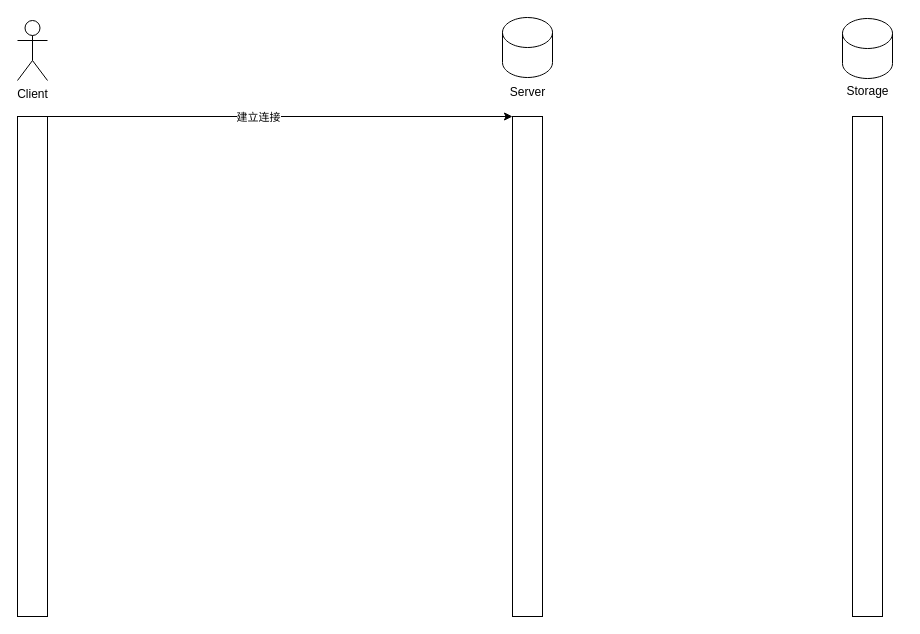
Earlier version of the draw.io diagram page "pc建图时序图" (2 of 2) of pcMappingInterface.drawio (Jev0987/drawioFile). Source tidied: cells renumbered, new cells numbered last; positions are measured from the earlier drawing's top-left corner, leaving out a move shared by most shapes. Both pictures are drawn from the tidied source at 100%, with x=0, y=0 at pixel (17, 17).
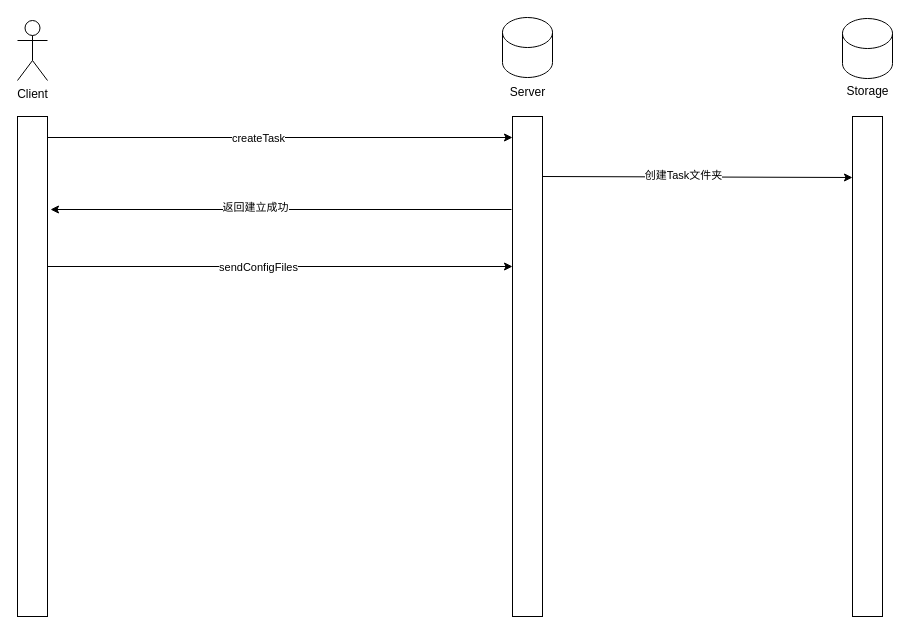
Above is the later version.

Unchanged cells that the change refers to:
```xml
<mxCell id="5" style="rounded=0;whiteSpace=wrap;html=1;" parent="1" vertex="1">
  <mxGeometry y="99" width="30" height="500" as="geometry" />
</mxCell>
<mxCell id="6" style="rounded=0;whiteSpace=wrap;html=1;" parent="1" vertex="1">
  <mxGeometry x="495" y="99" width="30" height="500" as="geometry" />
</mxCell>
<mxCell id="11" style="rounded=0;whiteSpace=wrap;html=1;" parent="1" vertex="1">
  <mxGeometry x="835" y="99" width="30" height="500" as="geometry" />
</mxCell>
```

Change to the diagram source:
```diff
@@
-    <mxCell id="7" style="endArrow=classic;html=1;rounded=0;exitX=1;exitY=0;exitDx=0;exitDy=0;entryX=0;entryY=0;entryDx=0;entryDy=0;" parent="1" edge="1" source="5" target="6">
-      <mxGeometry relative="1" as="geometry" />
+    <mxCell id="7" style="endArrow=classic;html=1;rounded=0;exitX=1;exitY=0;exitDx=0;exitDy=0;entryX=0;entryY=0;entryDx=0;entryDy=0;" parent="1" edge="1">
+      <mxGeometry relative="1" as="geometry">
+        <mxPoint x="30" y="120" as="sourcePoint" />
+        <mxPoint x="495" y="120" as="targetPoint" />
+      </mxGeometry>
     </mxCell>
-    <mxCell id="8" value="建立连接" style="edgeLabel;html=1;align=center;verticalAlign=middle;" parent="7" vertex="1">
+    <mxCell id="8" value="createTask" style="edgeLabel;html=1;align=center;verticalAlign=middle;" parent="7" vertex="1">
       <mxGeometry x="0.18" y="-4" relative="1" as="geometry">
         <mxPoint x="-64" y="-4" as="offset" />
       </mxGeometry>
     </mxCell>
@@
+    <mxCell id="12" style="endArrow=classic;html=1;rounded=0;exitX=1;exitY=0;exitDx=0;exitDy=0;entryX=0;entryY=0.122;entryDx=0;entryDy=0;entryPerimeter=0;" parent="1" edge="1" target="11">
+      <mxGeometry relative="1" as="geometry">
+        <mxPoint x="525" y="159" as="sourcePoint" />
+      </mxGeometry>
+    </mxCell>
+    <mxCell id="13" value="创建Task文件夹" style="edgeLabel;html=1;align=center;verticalAlign=middle;" parent="12" vertex="1">
+      <mxGeometry x="-0.1" y="2" relative="1" as="geometry" />
+    </mxCell>
+    <mxCell id="14" style="endArrow=classic;html=1;rounded=0;" parent="1" edge="1">
+      <mxGeometry relative="1" as="geometry">
+        <mxPoint x="494" y="192" as="sourcePoint" />
+        <mxPoint x="33" y="192" as="targetPoint" />
+      </mxGeometry>
+    </mxCell>
+    <mxCell id="15" value="返回建立成功" style="edgeLabel;html=1;align=center;verticalAlign=middle;" parent="14" vertex="1">
+      <mxGeometry x="0.18" y="-4" relative="1" as="geometry">
+        <mxPoint x="15" y="1" as="offset" />
+      </mxGeometry>
+    </mxCell>
+    <mxCell id="16" style="endArrow=classic;html=1;rounded=0;exitX=1;exitY=0;exitDx=0;exitDy=0;entryX=0;entryY=0;entryDx=0;entryDy=0;" parent="1" edge="1">
+      <mxGeometry relative="1" as="geometry">
+        <mxPoint x="30" y="249" as="sourcePoint" />
+        <mxPoint x="495" y="249" as="targetPoint" />
+      </mxGeometry>
+    </mxCell>
+    <mxCell id="17" value="sendConfigFiles" style="edgeLabel;html=1;align=center;verticalAlign=middle;" parent="16" vertex="1">
+      <mxGeometry x="0.18" y="-4" relative="1" as="geometry">
+        <mxPoint x="-64" y="-4" as="offset" />
+      </mxGeometry>
+    </mxCell>
```
